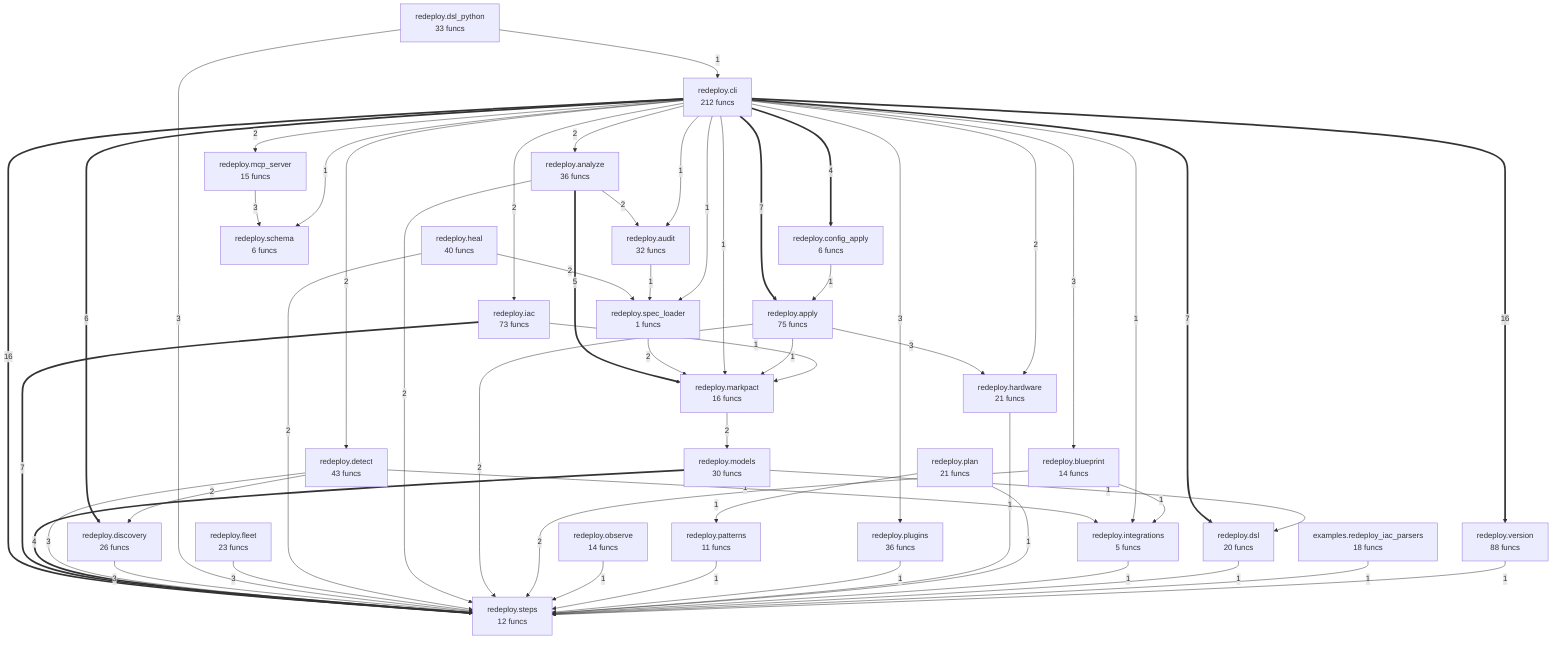
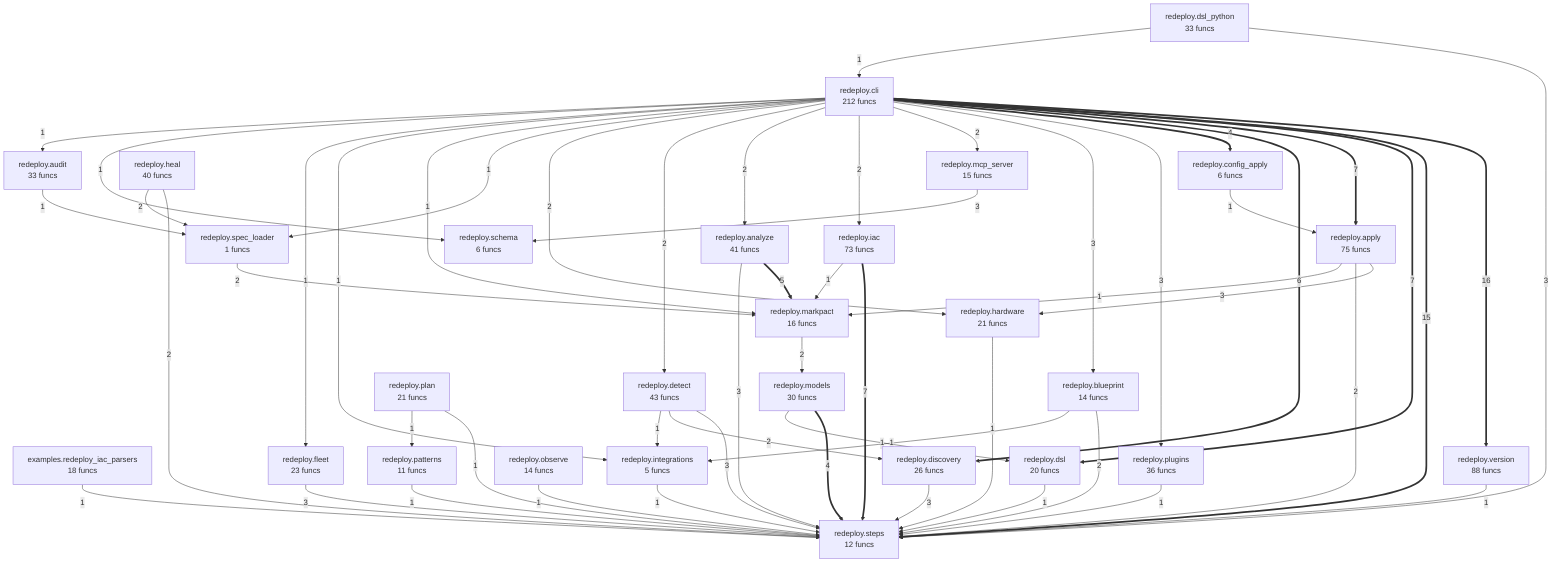
flowchart TD
%% generated in 0.02s
    examples__redeploy_iac_parsers["examples.redeploy_iac_parsers<br/>18 funcs"]
-     redeploy__analyze["redeploy.analyze<br/>36 funcs"]
+     redeploy__analyze["redeploy.analyze<br/>41 funcs"]
    redeploy__apply["redeploy.apply<br/>75 funcs"]
-     redeploy__audit["redeploy.audit<br/>32 funcs"]
+     redeploy__audit["redeploy.audit<br/>33 funcs"]
    redeploy__blueprint["redeploy.blueprint<br/>14 funcs"]
    redeploy__cli["redeploy.cli<br/>212 funcs"]
    redeploy__config_apply["redeploy.config_apply<br/>6 funcs"]
    redeploy__detect["redeploy.detect<br/>43 funcs"]
    redeploy__discovery["redeploy.discovery<br/>26 funcs"]
    redeploy__dsl["redeploy.dsl<br/>20 funcs"]
    redeploy__dsl_python["redeploy.dsl_python<br/>33 funcs"]
    redeploy__fleet["redeploy.fleet<br/>23 funcs"]
    redeploy__hardware["redeploy.hardware<br/>21 funcs"]
    redeploy__heal["redeploy.heal<br/>40 funcs"]
    redeploy__iac["redeploy.iac<br/>73 funcs"]
    redeploy__integrations["redeploy.integrations<br/>5 funcs"]
    redeploy__markpact["redeploy.markpact<br/>16 funcs"]
    redeploy__mcp_server["redeploy.mcp_server<br/>15 funcs"]
    redeploy__models["redeploy.models<br/>30 funcs"]
    redeploy__observe["redeploy.observe<br/>14 funcs"]
    redeploy__patterns["redeploy.patterns<br/>11 funcs"]
    redeploy__plan["redeploy.plan<br/>21 funcs"]
    redeploy__plugins["redeploy.plugins<br/>36 funcs"]
    redeploy__schema["redeploy.schema<br/>6 funcs"]
    redeploy__spec_loader["redeploy.spec_loader<br/>1 funcs"]
    redeploy__steps["redeploy.steps<br/>12 funcs"]
    redeploy__version["redeploy.version<br/>88 funcs"]
-     redeploy__cli ==>|16| redeploy__steps
    redeploy__cli ==>|16| redeploy__version
+     redeploy__cli ==>|15| redeploy__steps
    redeploy__cli ==>|7| redeploy__dsl
    redeploy__cli ==>|7| redeploy__apply
    redeploy__iac ==>|7| redeploy__steps
    redeploy__cli ==>|6| redeploy__discovery
    redeploy__analyze ==>|5| redeploy__markpact
+     redeploy__models ==>|4| redeploy__steps
    redeploy__cli ==>|4| redeploy__config_apply
-     redeploy__models ==>|4| redeploy__steps
+     redeploy__fleet -->|3| redeploy__steps
+     redeploy__discovery -->|3| redeploy__steps
    redeploy__mcp_server -->|3| redeploy__schema
    redeploy__detect -->|3| redeploy__steps
-     redeploy__discovery -->|3| redeploy__steps
    redeploy__cli -->|3| redeploy__plugins
    redeploy__cli -->|3| redeploy__blueprint
    redeploy__dsl_python -->|3| redeploy__steps
    redeploy__apply -->|3| redeploy__hardware
-     redeploy__fleet -->|3| redeploy__steps
+     redeploy__analyze -->|3| redeploy__steps
    redeploy__heal -->|2| redeploy__steps
    redeploy__heal -->|2| redeploy__spec_loader
    redeploy__spec_loader -->|2| redeploy__markpact
-     redeploy__analyze -->|2| redeploy__audit
-     redeploy__analyze -->|2| redeploy__steps
+     redeploy__detect -->|2| redeploy__discovery
    redeploy__cli -->|2| redeploy__mcp_server
+     redeploy__cli -->|2| redeploy__iac
+     redeploy__cli -->|2| redeploy__analyze
    redeploy__cli -->|2| redeploy__detect
    redeploy__cli -->|2| redeploy__hardware
-     redeploy__cli -->|2| redeploy__analyze
-     redeploy__detect -->|2| redeploy__discovery
-     redeploy__cli -->|2| redeploy__iac
    redeploy__markpact -->|2| redeploy__models
    redeploy__apply -->|2| redeploy__steps
    redeploy__blueprint -->|2| redeploy__steps
    redeploy__observe -->|1| redeploy__steps
    redeploy__patterns -->|1| redeploy__steps
    redeploy__detect -->|1| redeploy__integrations
    redeploy__config_apply -->|1| redeploy__apply
-     redeploy__audit -->|1| redeploy__spec_loader
+     redeploy__models -->|1| redeploy__dsl
    redeploy__cli -->|1| redeploy__spec_loader
    redeploy__cli -->|1| redeploy__markpact
    redeploy__cli -->|1| redeploy__integrations
+     redeploy__cli -->|1| redeploy__fleet
+     redeploy__cli -->|1| redeploy__schema
    redeploy__cli -->|1| redeploy__audit
    redeploy__plugins -->|1| redeploy__steps
    redeploy__dsl_python -->|1| redeploy__cli
    redeploy__hardware -->|1| redeploy__steps
    redeploy__apply -->|1| redeploy__markpact
-     redeploy__blueprint -->|1| redeploy__integrations
+     redeploy__version -->|1| redeploy__steps
    redeploy__plan -->|1| redeploy__steps
    redeploy__plan -->|1| redeploy__patterns
+     redeploy__blueprint -->|1| redeploy__integrations
    redeploy__integrations -->|1| redeploy__steps
    redeploy__dsl -->|1| redeploy__steps
    redeploy__iac -->|1| redeploy__markpact
    examples__redeploy_iac_parsers -->|1| redeploy__steps
-     redeploy__models -->|1| redeploy__dsl
-     redeploy__version -->|1| redeploy__steps
-     redeploy__cli -->|1| redeploy__schema
+     redeploy__audit -->|1| redeploy__spec_loader
